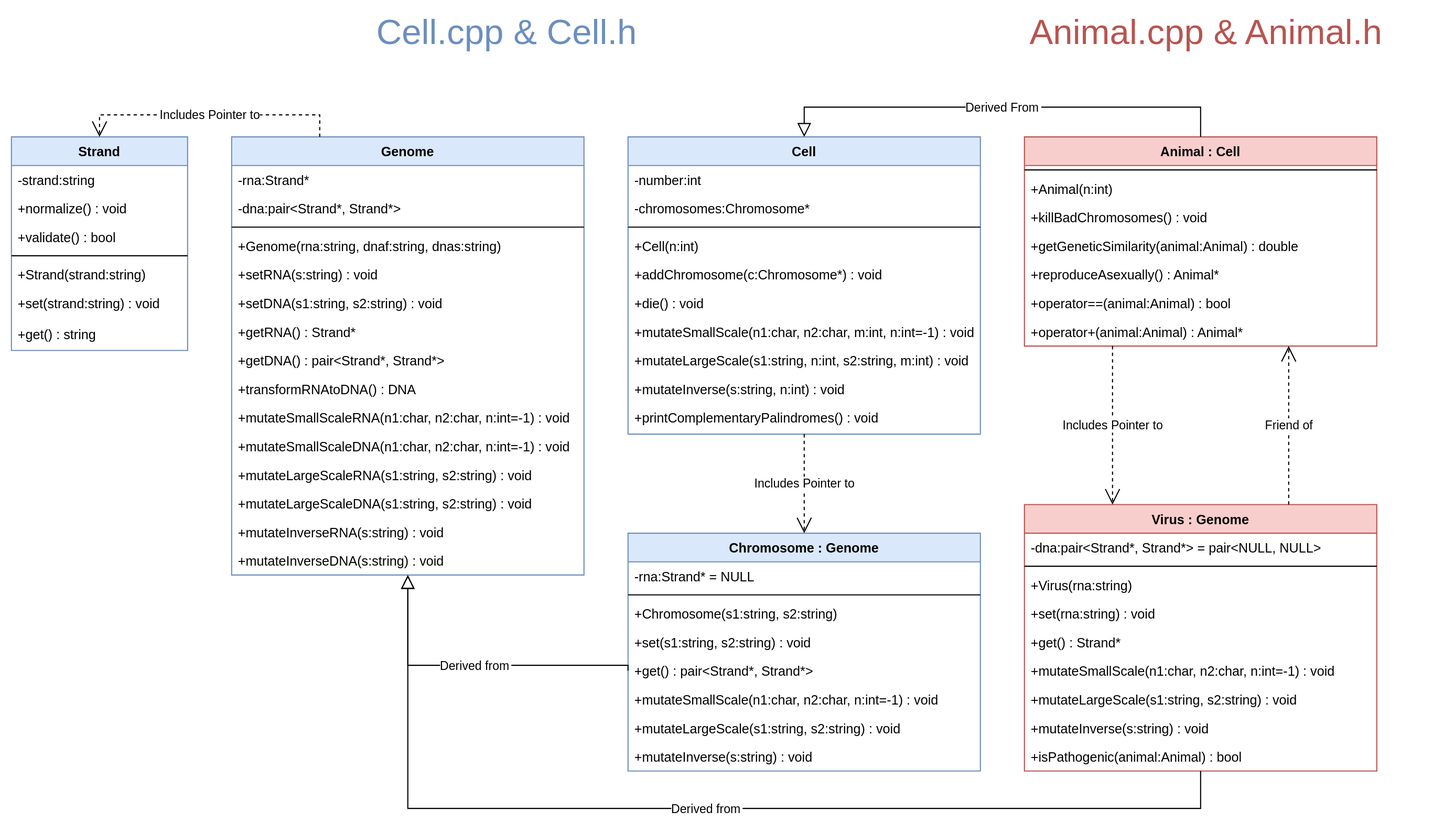
This is architecture/classes.svg from k-forghani/class-of-life, a draw.io export, as it was before one commit. Source tidied: cells renumbered, new cells last; positions are measured from the earlier drawing's top-left corner, leaving out a move shared by most shapes.
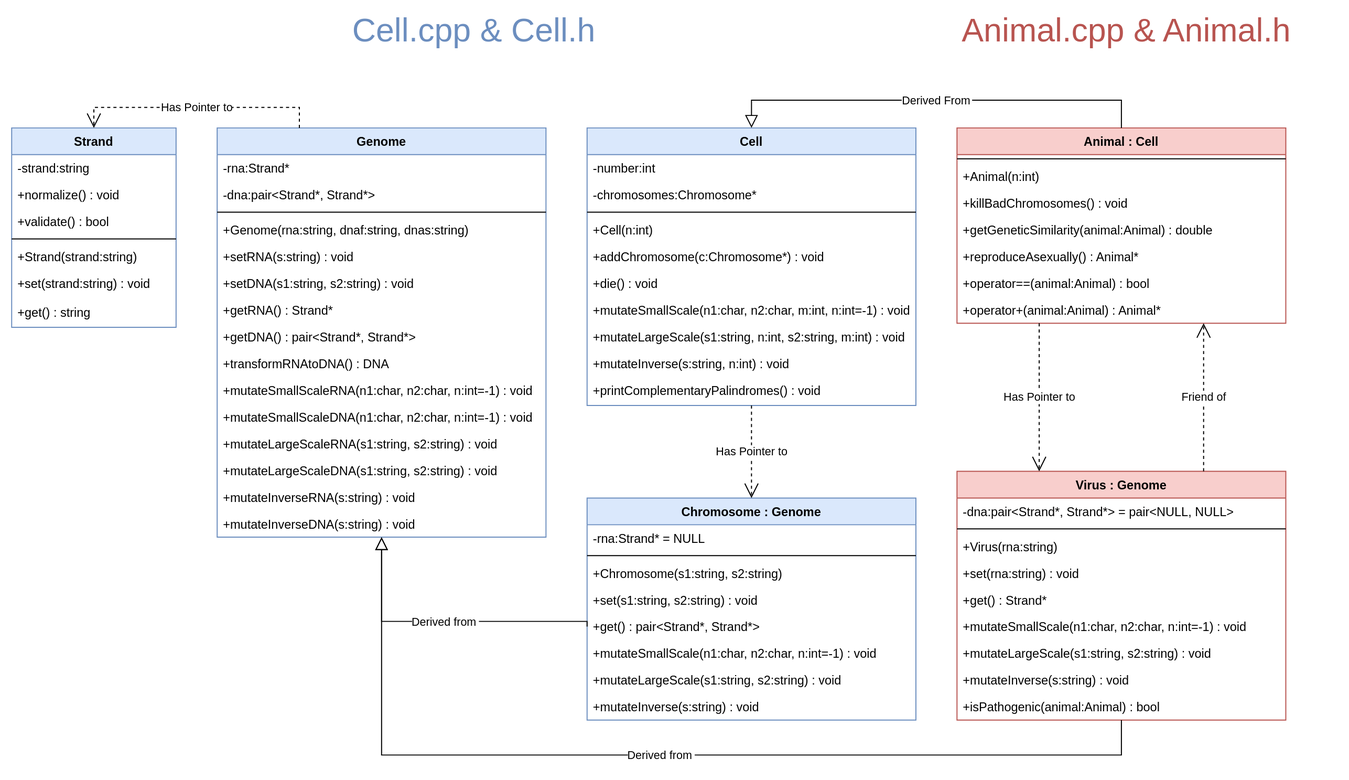
The same diagram one commit later.

Commit message:
Modified appearance of classes architecture

Change to the diagram source:
```diff
@@ -2,7 +2,7 @@
   <root>
     <mxCell id="0" />
     <mxCell id="1" parent="0" />
-    <mxCell id="2" value="Genome" style="swimlane;fontStyle=1;align=center;verticalAlign=top;horizontal=1;startSize=26;rounded=0;shadow=0;strokeWidth=1;fillColor=#dae8fc;strokeColor=#6c8ebf;" parent="1" vertex="1">
+    <mxCell id="2" value="Genome" style="swimlane;fontStyle=1;align=center;verticalAlign=top;horizontal=1;startSize=26;rounded=0;shadow=0;strokeWidth=1;fillColor=#dae8fc;strokeColor=#6c8ebf;gradientColor=none;swimlaneFillColor=default;" parent="1" vertex="1">
       <mxGeometry x="200" y="110" width="320" height="398" as="geometry" />
     </mxCell>
     <mxCell id="3" value="-rna:Strand*" style="text;align=left;verticalAlign=top;spacingLeft=4;spacingRight=4;overflow=hidden;" parent="2" vertex="1">
@@ -50,7 +50,7 @@
     <mxCell id="17" value="+mutateInverseDNA(s:string) : void" style="text;align=left;verticalAlign=top;spacingLeft=4;spacingRight=4;overflow=hidden;" parent="2" vertex="1">
       <mxGeometry y="372" width="320" height="26" as="geometry" />
     </mxCell>
-    <mxCell id="18" value="Chromosome : Genome" style="swimlane;fontStyle=1;align=center;verticalAlign=top;horizontal=1;startSize=26;rounded=0;shadow=0;strokeWidth=1;fillColor=#dae8fc;strokeColor=#6c8ebf;" parent="1" vertex="1">
+    <mxCell id="18" value="Chromosome : Genome" style="swimlane;fontStyle=1;align=center;verticalAlign=top;horizontal=1;startSize=26;rounded=0;shadow=0;strokeWidth=1;fillColor=#dae8fc;strokeColor=#6c8ebf;swimlaneFillColor=default;" parent="1" vertex="1">
       <mxGeometry x="560" y="470" width="320" height="216" as="geometry" />
     </mxCell>
     <mxCell id="19" value="-rna:Strand* = NULL" style="text;align=left;verticalAlign=top;spacingLeft=4;spacingRight=4;overflow=hidden;" parent="18" vertex="1">
@@ -85,7 +85,7 @@
         </Array>
       </mxGeometry>
     </mxCell>
-    <mxCell id="28" value="Strand" style="swimlane;fontStyle=1;align=center;verticalAlign=top;horizontal=1;startSize=26;rounded=0;shadow=0;strokeWidth=1;fillColor=#dae8fc;strokeColor=#6c8ebf;" parent="1" vertex="1">
+    <mxCell id="28" value="Strand" style="swimlane;fontStyle=1;align=center;verticalAlign=top;horizontal=1;startSize=26;rounded=0;shadow=0;strokeWidth=1;fillColor=#dae8fc;strokeColor=#6c8ebf;swimlaneFillColor=default;" parent="1" vertex="1">
       <mxGeometry y="110" width="160" height="194" as="geometry" />
     </mxCell>
     <mxCell id="29" value="-strand:string" style="text;align=left;verticalAlign=top;spacingLeft=4;spacingRight=4;overflow=hidden;" parent="28" vertex="1">
@@ -109,7 +109,7 @@
     <mxCell id="35" value="+get() : string" style="text;align=left;verticalAlign=top;spacingLeft=4;spacingRight=4;overflow=hidden;" parent="28" vertex="1">
       <mxGeometry y="166" width="160" height="28" as="geometry" />
     </mxCell>
-    <mxCell id="36" value="Cell" style="swimlane;fontStyle=1;align=center;verticalAlign=top;horizontal=1;startSize=26;rounded=0;shadow=0;strokeWidth=1;fillColor=#dae8fc;strokeColor=#6c8ebf;" parent="1" vertex="1">
+    <mxCell id="36" value="Cell" style="swimlane;fontStyle=1;align=center;verticalAlign=top;horizontal=1;startSize=26;rounded=0;shadow=0;strokeWidth=1;fillColor=#dae8fc;strokeColor=#6c8ebf;swimlaneFillColor=default;" parent="1" vertex="1">
       <mxGeometry x="560" y="110" width="320" height="270" as="geometry" />
     </mxCell>
     <mxCell id="37" value="-number:int" style="text;align=left;verticalAlign=top;spacingLeft=4;spacingRight=4;overflow=hidden;" parent="36" vertex="1">
@@ -142,7 +142,7 @@
     <mxCell id="46" value="+printComplementaryPalindromes() : void" style="text;align=left;verticalAlign=top;spacingLeft=4;spacingRight=4;overflow=hidden;" parent="36" vertex="1">
       <mxGeometry y="242" width="320" height="26" as="geometry" />
     </mxCell>
-    <mxCell id="47" value="Includes Pointer to" style="endArrow=open;endSize=12;dashed=1;html=1;rounded=0;exitX=0.25;exitY=0;exitDx=0;exitDy=0;entryX=0.5;entryY=0;entryDx=0;entryDy=0;" parent="1" edge="1" source="2" target="28">
+    <mxCell id="47" value="Has Pointer to" style="endArrow=open;endSize=12;dashed=1;html=1;rounded=0;exitX=0.25;exitY=0;exitDx=0;exitDy=0;entryX=0.5;entryY=0;entryDx=0;entryDy=0;" parent="1" edge="1" source="2" target="28">
       <mxGeometry relative="1" as="geometry">
         <Array as="points">
           <mxPoint x="280" y="90" />
@@ -150,7 +150,7 @@
         </Array>
       </mxGeometry>
     </mxCell>
-    <mxCell id="48" value="Includes Pointer to" style="endArrow=open;endSize=12;dashed=1;html=1;rounded=0;entryX=0.5;entryY=0;entryDx=0;entryDy=0;exitX=0.5;exitY=1;exitDx=0;exitDy=0;" parent="1" edge="1" source="36" target="18">
+    <mxCell id="48" value="Has Pointer to" style="endArrow=open;endSize=12;dashed=1;html=1;rounded=0;entryX=0.5;entryY=0;entryDx=0;entryDy=0;exitX=0.5;exitY=1;exitDx=0;exitDy=0;" parent="1" edge="1" source="36" target="18">
       <mxGeometry relative="1" as="geometry">
         <Array as="points">
           <mxPoint x="720" y="440" />
@@ -160,7 +160,7 @@
     <mxCell id="49" value="&lt;span style=&quot;font-size: 32px;&quot;&gt;Cell.cpp&lt;/span&gt; &amp;amp; &lt;span style=&quot;font-size: 32px;&quot;&gt;Cell.h&lt;/span&gt;" style="text;html=1;strokeColor=none;fillColor=none;align=center;verticalAlign=middle;whiteSpace=wrap;rounded=0;fontSize=32;fontColor=#6C8EBF;" parent="1" vertex="1">
       <mxGeometry x="290" width="320" height="30" as="geometry" />
     </mxCell>
-    <mxCell id="50" value="Virus : Genome" style="swimlane;fontStyle=1;align=center;verticalAlign=top;horizontal=1;startSize=26;rounded=0;shadow=0;strokeWidth=1;fillColor=#f8cecc;strokeColor=#b85450;" parent="1" vertex="1">
+    <mxCell id="50" value="Virus : Genome" style="swimlane;fontStyle=1;align=center;verticalAlign=top;horizontal=1;startSize=26;rounded=0;shadow=0;strokeWidth=1;fillColor=#f8cecc;strokeColor=#b85450;swimlaneFillColor=default;" parent="1" vertex="1">
       <mxGeometry x="920" y="444" width="320" height="242" as="geometry" />
     </mxCell>
     <mxCell id="51" value="-dna:pair&lt;Strand*, Strand*&gt; = pair&lt;NULL, NULL&gt;" style="text;align=left;verticalAlign=top;spacingLeft=4;spacingRight=4;overflow=hidden;" parent="50" vertex="1">
@@ -190,7 +190,7 @@
     <mxCell id="59" value="+isPathogenic(animal:Animal) : bool" style="text;align=left;verticalAlign=top;spacingLeft=4;spacingRight=4;overflow=hidden;" parent="50" vertex="1">
       <mxGeometry y="216" width="320" height="26" as="geometry" />
     </mxCell>
-    <mxCell id="60" value="Animal : Cell" style="swimlane;fontStyle=1;align=center;verticalAlign=top;horizontal=1;startSize=26;rounded=0;shadow=0;strokeWidth=1;fillColor=#f8cecc;strokeColor=#B85450;" parent="1" vertex="1">
+    <mxCell id="60" value="Animal : Cell" style="swimlane;fontStyle=1;align=center;verticalAlign=top;horizontal=1;startSize=26;rounded=0;shadow=0;strokeWidth=1;fillColor=#f8cecc;strokeColor=#B85450;swimlaneFillColor=default;" parent="1" vertex="1">
       <mxGeometry x="920" y="110" width="320" height="190" as="geometry" />
     </mxCell>
     <mxCell id="61" style="line;html=1;strokeWidth=1;align=left;verticalAlign=middle;spacingTop=-1;spacingLeft=3;spacingRight=3;labelPosition=right;" parent="60" vertex="1">
@@ -214,7 +214,7 @@
     <mxCell id="67" value="+operator+(animal:Animal) : Animal*" style="text;align=left;verticalAlign=top;spacingLeft=4;spacingRight=4;overflow=hidden;" parent="60" vertex="1">
       <mxGeometry y="164" width="320" height="26" as="geometry" />
     </mxCell>
-    <mxCell id="68" value="Includes Pointer to" style="endArrow=open;endSize=12;dashed=1;html=1;rounded=0;entryX=0.25;entryY=0;entryDx=0;entryDy=0;exitX=0.25;exitY=1;exitDx=0;exitDy=0;" parent="1" edge="1" source="60" target="50">
+    <mxCell id="68" value="Has Pointer to" style="endArrow=open;endSize=12;dashed=1;html=1;rounded=0;entryX=0.25;entryY=0;entryDx=0;entryDy=0;exitX=0.25;exitY=1;exitDx=0;exitDy=0;" parent="1" edge="1" source="60" target="50">
       <mxGeometry relative="1" as="geometry" />
     </mxCell>
     <mxCell id="69" value="&lt;span style=&quot;font-size: 32px;&quot;&gt;Animal.cpp&lt;/span&gt; &amp;amp; &lt;span style=&quot;font-size: 32px;&quot;&gt;Animal.h&lt;/span&gt;" style="text;html=1;strokeColor=none;fillColor=none;align=center;verticalAlign=middle;whiteSpace=wrap;rounded=0;fontSize=32;fontColor=#B85450;" parent="1" vertex="1">
```
